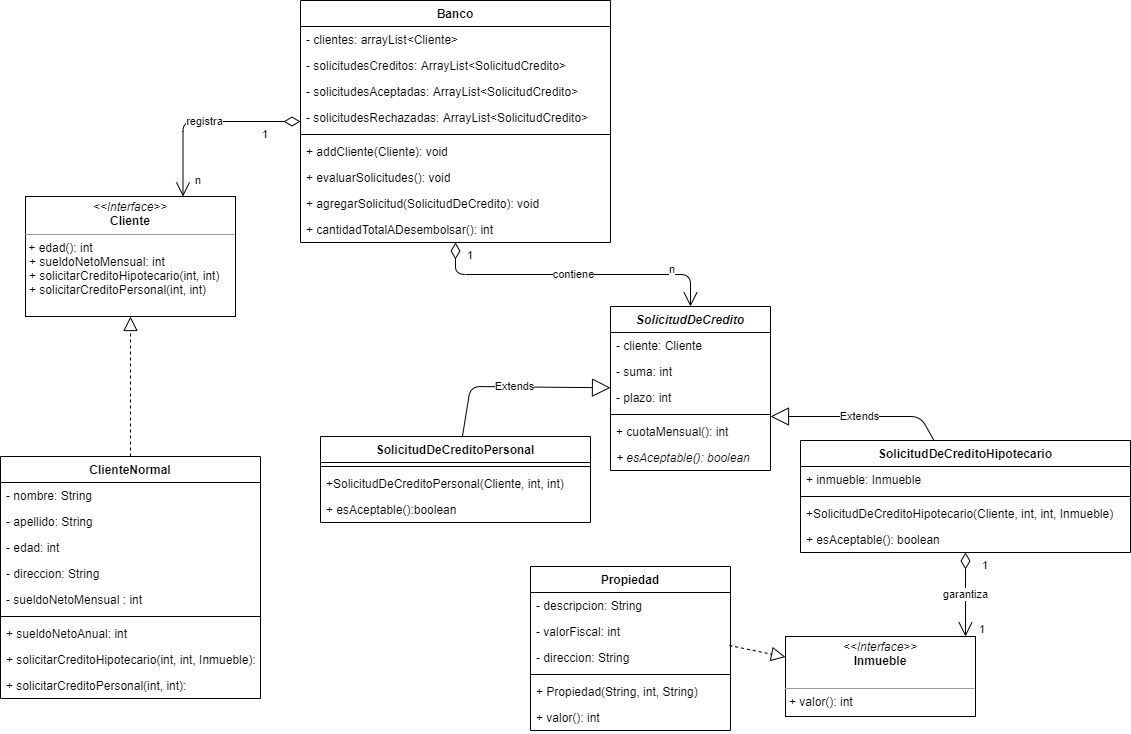
The draw.io diagram src/tp6/unq/bancoyprestamos/BancoyPrestamos-UML.png in CundariNicolas/unqui-poo2-cundari, before a commit. Source tidied: cells renumbered, new cells last; positions are measured from the earlier drawing's top-left corner, leaving out a move shared by most shapes.
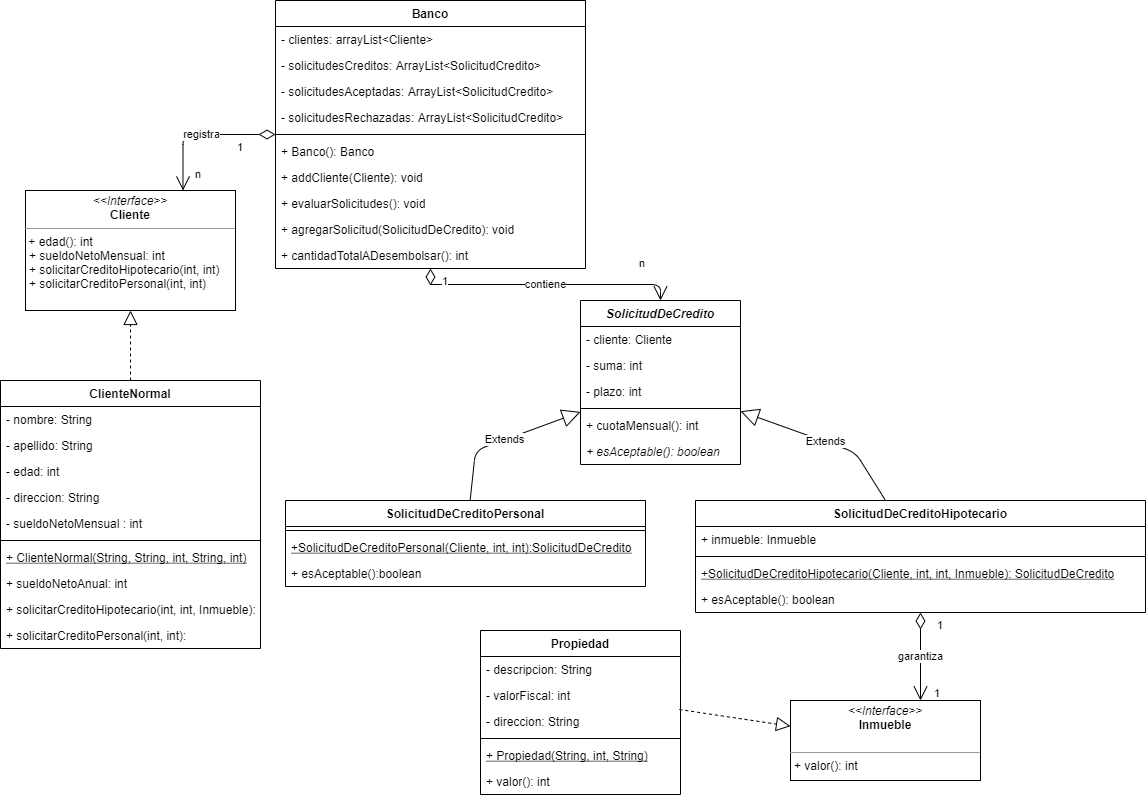
Later version of the same file.

What changed in the source:
```diff
@@ -3,7 +3,7 @@
     <mxCell id="0" />
     <mxCell id="1" parent="0" />
     <mxCell id="2" value="ClienteNormal" style="swimlane;fontStyle=1;align=center;verticalAlign=top;horizontal=1;startSize=26;" parent="1" vertex="1">
-      <mxGeometry y="456" width="260" height="242" as="geometry" />
+      <mxGeometry x="-5" y="316" width="260" height="268" as="geometry" />
     </mxCell>
     <mxCell id="3" value="- nombre: String" style="text;strokeColor=none;fillColor=none;align=left;verticalAlign=top;spacingLeft=4;spacingRight=4;overflow=hidden;" parent="2" vertex="1">
       <mxGeometry y="26" width="260" height="26" as="geometry" />
@@ -23,17 +23,20 @@
     <mxCell id="8" style="line;strokeWidth=1;fillColor=none;align=left;verticalAlign=middle;spacingTop=-1;spacingLeft=3;spacingRight=3;labelPosition=right;" parent="2" vertex="1">
       <mxGeometry y="156" width="260" height="8" as="geometry" />
     </mxCell>
+    <mxCell id="60" value="+ ClienteNormal(String, String, int, String, int)" style="text;strokeColor=none;fillColor=none;align=left;verticalAlign=top;spacingLeft=4;spacingRight=4;overflow=hidden;fontStyle=4;" parent="2" vertex="1">
+      <mxGeometry y="164" width="260" height="26" as="geometry" />
+    </mxCell>
     <mxCell id="9" value="+ sueldoNetoAnual: int" style="text;strokeColor=none;fillColor=none;align=left;verticalAlign=top;spacingLeft=4;spacingRight=4;overflow=hidden;" parent="2" vertex="1">
-      <mxGeometry y="164" width="260" height="26" as="geometry" />
+      <mxGeometry y="190" width="260" height="26" as="geometry" />
     </mxCell>
     <mxCell id="10" value="+ solicitarCreditoHipotecario(int, int, Inmueble): " style="text;strokeColor=none;fillColor=none;align=left;verticalAlign=top;spacingLeft=4;spacingRight=4;overflow=hidden;" parent="2" vertex="1">
-      <mxGeometry y="190" width="260" height="26" as="geometry" />
+      <mxGeometry y="216" width="260" height="26" as="geometry" />
     </mxCell>
     <mxCell id="11" value="+ solicitarCreditoPersonal(int, int): " style="text;strokeColor=none;fillColor=none;align=left;verticalAlign=top;spacingLeft=4;spacingRight=4;overflow=hidden;" parent="2" vertex="1">
-      <mxGeometry y="216" width="260" height="26" as="geometry" />
+      <mxGeometry y="242" width="260" height="26" as="geometry" />
     </mxCell>
     <mxCell id="12" value="Banco" style="swimlane;fontStyle=1;align=center;verticalAlign=top;horizontal=1;startSize=26;" parent="1" vertex="1">
-      <mxGeometry x="300" width="310" height="242" as="geometry" />
+      <mxGeometry x="270" y="-64" width="310" height="268" as="geometry" />
     </mxCell>
     <mxCell id="13" value="- clientes: arrayList&lt;Cliente&gt;" style="text;strokeColor=none;fillColor=none;align=left;verticalAlign=top;spacingLeft=4;spacingRight=4;overflow=hidden;" parent="12" vertex="1">
       <mxGeometry y="26" width="310" height="26" as="geometry" />
@@ -50,20 +53,23 @@
     <mxCell id="17" style="line;strokeWidth=1;fillColor=none;align=left;verticalAlign=middle;spacingTop=-1;spacingLeft=3;spacingRight=3;labelPosition=right;" parent="12" vertex="1">
       <mxGeometry y="130" width="310" height="8" as="geometry" />
     </mxCell>
+    <mxCell id="61" value="+ Banco(): Banco" style="text;strokeColor=none;fillColor=none;align=left;verticalAlign=top;spacingLeft=4;spacingRight=4;overflow=hidden;" parent="12" vertex="1">
+      <mxGeometry y="138" width="310" height="26" as="geometry" />
+    </mxCell>
     <mxCell id="18" value="+ addCliente(Cliente): void" style="text;strokeColor=none;fillColor=none;align=left;verticalAlign=top;spacingLeft=4;spacingRight=4;overflow=hidden;" parent="12" vertex="1">
-      <mxGeometry y="138" width="310" height="26" as="geometry" />
+      <mxGeometry y="164" width="310" height="26" as="geometry" />
     </mxCell>
     <mxCell id="19" value="+ evaluarSolicitudes(): void" style="text;strokeColor=none;fillColor=none;align=left;verticalAlign=top;spacingLeft=4;spacingRight=4;overflow=hidden;" parent="12" vertex="1">
-      <mxGeometry y="164" width="310" height="26" as="geometry" />
+      <mxGeometry y="190" width="310" height="26" as="geometry" />
     </mxCell>
     <mxCell id="20" value="+ agregarSolicitud(SolicitudDeCredito): void" style="text;strokeColor=none;fillColor=none;align=left;verticalAlign=top;spacingLeft=4;spacingRight=4;overflow=hidden;" parent="12" vertex="1">
-      <mxGeometry y="190" width="310" height="26" as="geometry" />
+      <mxGeometry y="216" width="310" height="26" as="geometry" />
     </mxCell>
     <mxCell id="21" value="+ cantidadTotalADesembolsar(): int" style="text;strokeColor=none;fillColor=none;align=left;verticalAlign=top;spacingLeft=4;spacingRight=4;overflow=hidden;" parent="12" vertex="1">
-      <mxGeometry y="216" width="310" height="26" as="geometry" />
+      <mxGeometry y="242" width="310" height="26" as="geometry" />
     </mxCell>
     <mxCell id="22" value="SolicitudDeCredito" style="swimlane;fontStyle=3;align=center;verticalAlign=top;horizontal=1;startSize=26;" parent="1" vertex="1">
-      <mxGeometry x="610" y="306" width="160" height="164" as="geometry" />
+      <mxGeometry x="575" y="236" width="160" height="164" as="geometry" />
     </mxCell>
     <mxCell id="23" value="- cliente: Cliente" style="text;strokeColor=none;fillColor=none;align=left;verticalAlign=top;spacingLeft=4;spacingRight=4;overflow=hidden;" parent="22" vertex="1">
       <mxGeometry y="26" width="160" height="26" as="geometry" />
@@ -84,43 +90,42 @@
       <mxGeometry y="138" width="160" height="26" as="geometry" />
     </mxCell>
     <mxCell id="29" value="&lt;p style=&quot;margin: 0px ; margin-top: 4px ; text-align: center&quot;&gt;&lt;i&gt;&amp;lt;&amp;lt;Interface&amp;gt;&amp;gt;&lt;/i&gt;&lt;br&gt;&lt;b&gt;Cliente&lt;/b&gt;&lt;/p&gt;&lt;hr size=&quot;1&quot;&gt;&amp;nbsp;+ edad(): int&lt;br&gt;&lt;p style=&quot;margin: 0px ; margin-left: 4px&quot;&gt;+ sueldoNetoMensual: int&lt;br&gt;&lt;/p&gt;&lt;p style=&quot;margin: 0px ; margin-left: 4px&quot;&gt;+ solicitarCreditoHipotecario(int, int)&lt;/p&gt;&lt;p style=&quot;margin: 0px ; margin-left: 4px&quot;&gt;+ solicitarCreditoPersonal(int, int)&lt;/p&gt;" style="verticalAlign=top;align=left;overflow=fill;fontSize=12;fontFamily=Helvetica;html=1;" parent="1" vertex="1">
-      <mxGeometry x="25" y="196" width="210" height="120" as="geometry" />
+      <mxGeometry x="20" y="126" width="210" height="120" as="geometry" />
     </mxCell>
     <mxCell id="30" style="endArrow=block;dashed=1;endFill=0;endSize=12;html=1;exitX=0.5;exitY=0;exitDx=0;exitDy=0;" parent="1" edge="1" source="2" target="29">
       <mxGeometry relative="1" as="geometry" />
     </mxCell>
     <mxCell id="31" value="SolicitudDeCreditoPersonal" style="swimlane;fontStyle=1;align=center;verticalAlign=top;horizontal=1;startSize=26;" parent="1" vertex="1">
-      <mxGeometry x="320" y="436" width="270" height="86" as="geometry" />
+      <mxGeometry x="280" y="436" width="360" height="86" as="geometry" />
     </mxCell>
     <mxCell id="32" style="line;strokeWidth=1;fillColor=none;align=left;verticalAlign=middle;spacingTop=-1;spacingLeft=3;spacingRight=3;labelPosition=right;" parent="31" vertex="1">
-      <mxGeometry y="26" width="270" height="8" as="geometry" />
+      <mxGeometry y="26" width="360" height="8" as="geometry" />
     </mxCell>
-    <mxCell id="33" value="+SolicitudDeCreditoPersonal(Cliente, int, int)" style="text;strokeColor=none;fillColor=none;align=left;verticalAlign=top;spacingLeft=4;spacingRight=4;overflow=hidden;" parent="31" vertex="1">
-      <mxGeometry y="34" width="270" height="26" as="geometry" />
+    <mxCell id="33" value="+SolicitudDeCreditoPersonal(Cliente, int, int):SolicitudDeCredito" style="text;strokeColor=none;fillColor=none;align=left;verticalAlign=top;spacingLeft=4;spacingRight=4;overflow=hidden;fontStyle=4;" parent="31" vertex="1">
+      <mxGeometry y="34" width="360" height="26" as="geometry" />
     </mxCell>
     <mxCell id="34" value="+ esAceptable():boolean" style="text;strokeColor=none;fillColor=none;align=left;verticalAlign=top;spacingLeft=4;spacingRight=4;overflow=hidden;" parent="31" vertex="1">
-      <mxGeometry y="60" width="270" height="26" as="geometry" />
+      <mxGeometry y="60" width="360" height="26" as="geometry" />
     </mxCell>
     <mxCell id="35" value="SolicitudDeCreditoHipotecario" style="swimlane;fontStyle=1;align=center;verticalAlign=top;horizontal=1;startSize=26;" parent="1" vertex="1">
-      <mxGeometry x="800" y="440" width="330" height="112" as="geometry" />
+      <mxGeometry x="690" y="436" width="450" height="112" as="geometry" />
     </mxCell>
     <mxCell id="36" value="+ inmueble: Inmueble" style="text;strokeColor=none;fillColor=none;align=left;verticalAlign=top;spacingLeft=4;spacingRight=4;overflow=hidden;" parent="35" vertex="1">
-      <mxGeometry y="26" width="330" height="26" as="geometry" />
+      <mxGeometry y="26" width="450" height="26" as="geometry" />
     </mxCell>
     <mxCell id="37" style="line;strokeWidth=1;fillColor=none;align=left;verticalAlign=middle;spacingTop=-1;spacingLeft=3;spacingRight=3;labelPosition=right;" parent="35" vertex="1">
-      <mxGeometry y="52" width="330" height="8" as="geometry" />
+      <mxGeometry y="52" width="450" height="8" as="geometry" />
     </mxCell>
-    <mxCell id="38" value="+SolicitudDeCreditoHipotecario(Cliente, int, int, Inmueble)" style="text;strokeColor=none;fillColor=none;align=left;verticalAlign=top;spacingLeft=4;spacingRight=4;overflow=hidden;" parent="35" vertex="1">
-      <mxGeometry y="60" width="330" height="26" as="geometry" />
+    <mxCell id="38" value="+SolicitudDeCreditoHipotecario(Cliente, int, int, Inmueble): SolicitudDeCredito" style="text;strokeColor=none;fillColor=none;align=left;verticalAlign=top;spacingLeft=4;spacingRight=4;overflow=hidden;fontStyle=4;" parent="35" vertex="1">
+      <mxGeometry y="60" width="450" height="26" as="geometry" />
     </mxCell>
     <mxCell id="39" value="+ esAceptable(): boolean" style="text;strokeColor=none;fillColor=none;align=left;verticalAlign=top;spacingLeft=4;spacingRight=4;overflow=hidden;" parent="35" vertex="1">
-      <mxGeometry y="86" width="330" height="26" as="geometry" />
+      <mxGeometry y="86" width="450" height="26" as="geometry" />
     </mxCell>
-    <mxCell id="40" value="Extends" style="endArrow=block;endSize=16;endFill=0;html=1;" parent="1" edge="1" source="35">
+    <mxCell id="40" value="Extends" style="endArrow=block;endSize=16;endFill=0;html=1;" parent="1" edge="1" source="35" target="22">
       <mxGeometry relative="1" as="geometry">
-        <mxPoint x="770" y="416" as="targetPoint" />
         <Array as="points">
-          <mxPoint x="920" y="416" />
+          <mxPoint x="850" y="388" />
         </Array>
       </mxGeometry>
     </mxCell>
@@ -161,7 +166,7 @@
       <mxGeometry x="785" y="636" width="190" height="80" as="geometry" />
     </mxCell>
     <mxCell id="49" value="Propiedad" style="swimlane;fontStyle=1;align=center;verticalAlign=top;horizontal=1;startSize=26;" parent="1" vertex="1">
-      <mxGeometry x="530" y="566" width="200" height="164" as="geometry" />
+      <mxGeometry x="475" y="566" width="200" height="164" as="geometry" />
     </mxCell>
     <mxCell id="50" value="- descripcion: String" style="text;strokeColor=none;fillColor=none;align=left;verticalAlign=top;spacingLeft=4;spacingRight=4;overflow=hidden;" parent="49" vertex="1">
       <mxGeometry y="26" width="200" height="26" as="geometry" />
@@ -175,7 +180,7 @@
     <mxCell id="53" style="line;strokeWidth=1;fillColor=none;align=left;verticalAlign=middle;spacingTop=-1;spacingLeft=3;spacingRight=3;labelPosition=right;" parent="49" vertex="1">
       <mxGeometry y="104" width="200" height="8" as="geometry" />
     </mxCell>
-    <mxCell id="54" value="+ Propiedad(String, int, String)" style="text;strokeColor=none;fillColor=none;align=left;verticalAlign=top;spacingLeft=4;spacingRight=4;overflow=hidden;" parent="49" vertex="1">
+    <mxCell id="54" value="+ Propiedad(String, int, String)" style="text;strokeColor=none;fillColor=none;align=left;verticalAlign=top;spacingLeft=4;spacingRight=4;overflow=hidden;fontStyle=4;" parent="49" vertex="1">
       <mxGeometry y="112" width="200" height="26" as="geometry" />
     </mxCell>
     <mxCell id="55" value="+ valor(): int" style="text;strokeColor=none;fillColor=none;align=left;verticalAlign=top;spacingLeft=4;spacingRight=4;overflow=hidden;" parent="49" vertex="1">
```
